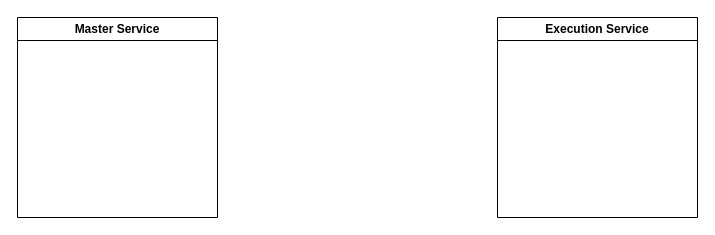
This is page "Master Service" (7 of 10) of Workflow-Overview.drawio from tuankhoi2206/Draft-system-overview, a draw.io file, before an edit. Source tidied: cells renumbered, new cells numbered last; positions are measured from the earlier drawing's top-left corner, leaving out a move shared by most shapes. Both pictures are drawn from the tidied source at 100%, with x=0, y=0 at pixel (17, 17).
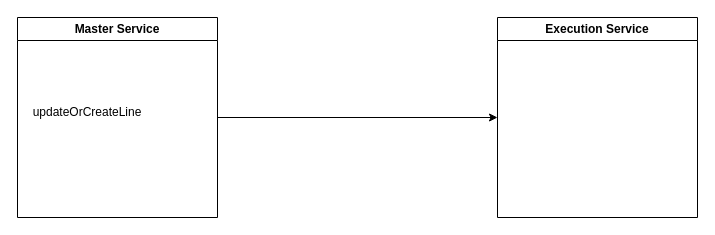
Above is the later version.

Diff of the diagram source:
```diff
@@
 <mxGraphModel>
   <root>
     <mxCell id="0" />
     <mxCell id="1" parent="0" />
+    <mxCell id="4" style="edgeStyle=orthogonalEdgeStyle;rounded=0;jettySize=auto;html=1;entryX=0;entryY=0.5;entryDx=0;entryDy=0;" parent="1" edge="1" source="2" target="3">
+      <mxGeometry relative="1" as="geometry" />
+    </mxCell>
     <mxCell id="2" value="Master Service" style="swimlane;whiteSpace=wrap;html=1;" parent="1" vertex="1">
       <mxGeometry width="200" height="200" as="geometry" />
     </mxCell>
+    <mxCell id="5" value="updateOrCreateLine" style="text;html=1;align=center;verticalAlign=middle;whiteSpace=wrap;rounded=0;" parent="2" vertex="1">
+      <mxGeometry x="40" y="70" width="60" height="50" as="geometry" />
+    </mxCell>
     <mxCell id="3" value="Execution Service" style="swimlane;whiteSpace=wrap;html=1;" parent="1" vertex="1">
       <mxGeometry x="480" width="200" height="200" as="geometry" />
     </mxCell>
   </root>
 </mxGraphModel>
```
